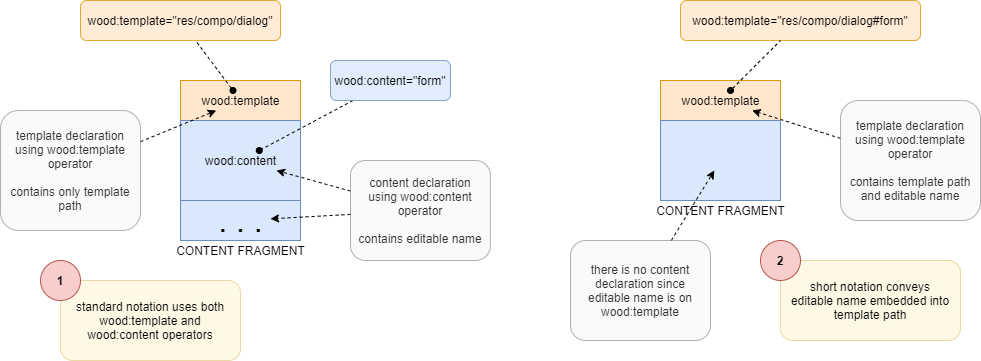
Before: doc/src/content-fragment.png, a diagram exported from draw.io (js-lib-com/wood). Source tidied: cells renumbered, new cells last; positions are measured from the earlier drawing's top-left corner, leaving out a move shared by most shapes. Source of this version:
```xml
<mxGraphModel>
  <root>
    <mxCell id="0" />
    <mxCell id="1" parent="0" />
    <mxCell id="2" style="rounded=0;whiteSpace=wrap;html=1;strokeWidth=1;fontSize=12;fillColor=#ffe6cc;strokeColor=#d79b00;" parent="1" vertex="1">
      <mxGeometry x="180" y="80" width="120" height="40" as="geometry" />
    </mxCell>
    <mxCell id="3" style="rounded=0;whiteSpace=wrap;html=1;strokeWidth=1;fontSize=12;fillColor=#dae8fc;strokeColor=#6c8ebf;" parent="1" vertex="1">
      <mxGeometry x="180" y="120" width="120" height="80" as="geometry" />
    </mxCell>
    <mxCell id="4" value="CONTENT FRAGMENT" style="text;html=1;align=center;verticalAlign=middle;fontSize=12;" parent="1" vertex="1">
      <mxGeometry x="170" y="240" width="140" height="20" as="geometry" />
    </mxCell>
    <mxCell id="5" style="rounded=0;whiteSpace=wrap;html=1;strokeWidth=1;fontSize=12;fillColor=#dae8fc;strokeColor=#6c8ebf;" parent="1" vertex="1">
      <mxGeometry x="180" y="200" width="120" height="40" as="geometry" />
    </mxCell>
    <mxCell id="6" value=". . ." style="text;html=1;align=center;verticalAlign=middle;points=[];fontSize=32;horizontal=1;" parent="1" vertex="1">
      <mxGeometry x="210" y="200" width="60" height="40" as="geometry" />
    </mxCell>
    <mxCell id="7" style="rounded=0;whiteSpace=wrap;html=1;strokeWidth=1;fontSize=12;fillColor=#ffe6cc;strokeColor=#d79b00;" parent="1" vertex="1">
      <mxGeometry x="660" y="80" width="120" height="40" as="geometry" />
    </mxCell>
    <mxCell id="8" style="rounded=0;whiteSpace=wrap;html=1;strokeWidth=1;fontSize=12;fillColor=#dae8fc;strokeColor=#6c8ebf;" parent="1" vertex="1">
      <mxGeometry x="660" y="120" width="120" height="80" as="geometry" />
    </mxCell>
    <mxCell id="9" value="CONTENT FRAGMENT" style="text;html=1;align=center;verticalAlign=middle;fontSize=12;" parent="1" vertex="1">
      <mxGeometry x="650" y="200" width="140" height="20" as="geometry" />
    </mxCell>
    <mxCell id="10" value="wood:template=&quot;res/compo/dialog&quot;" style="rounded=1;whiteSpace=wrap;html=1;fontSize=12;align=center;fillColor=#ffe6cc;strokeColor=#d79b00;opacity=80;" parent="1" vertex="1">
      <mxGeometry x="80" width="200" height="40" as="geometry" />
    </mxCell>
    <mxCell id="11" value="wood:template=&quot;res/compo/dialog#form&quot;" style="rounded=1;whiteSpace=wrap;html=1;fontSize=12;align=center;fillColor=#ffe6cc;strokeColor=#d79b00;opacity=80;" parent="1" vertex="1">
      <mxGeometry x="680" width="240" height="40" as="geometry" />
    </mxCell>
    <mxCell id="12" style="edgeStyle=none;rounded=0;jettySize=auto;html=1;dashed=1;endArrow=oval;endFill=1;" parent="1" edge="1" source="13" target="23">
      <mxGeometry relative="1" as="geometry" />
    </mxCell>
    <mxCell id="13" value="wood:content=&quot;form&quot;" style="rounded=1;whiteSpace=wrap;html=1;fillColor=#dae8fc;strokeColor=#6c8ebf;opacity=80;" parent="1" vertex="1">
      <mxGeometry x="330" y="60" width="120" height="40" as="geometry" />
    </mxCell>
    <mxCell id="14" style="edgeStyle=none;rounded=0;jettySize=auto;html=1;dashed=1;endArrow=classic;endFill=1;" parent="1" edge="1" source="15" target="16">
      <mxGeometry relative="1" as="geometry" />
    </mxCell>
    <mxCell id="15" value="template declaration&lt;br&gt;using wood:template operator&lt;br&gt;&lt;br&gt;contains template path and editable name" style="rounded=1;whiteSpace=wrap;html=1;fillColor=#f5f5f5;strokeColor=#666666;opacity=50;fontColor=#333333;" parent="1" vertex="1">
      <mxGeometry x="840" y="100" width="140" height="120" as="geometry" />
    </mxCell>
    <mxCell id="16" value="wood:template" style="text;html=1;align=center;verticalAlign=middle;points=[];" parent="1" vertex="1">
      <mxGeometry x="675" y="90" width="90" height="20" as="geometry" />
    </mxCell>
    <mxCell id="17" style="edgeStyle=none;rounded=0;jettySize=auto;html=1;dashed=1;endArrow=classic;endFill=1;" parent="1" edge="1" source="18" target="19">
      <mxGeometry relative="1" as="geometry" />
    </mxCell>
    <mxCell id="18" value="template declaration&lt;br&gt;using wood:template operator&lt;br&gt;&lt;br&gt;contains only template path" style="rounded=1;whiteSpace=wrap;html=1;fillColor=#f5f5f5;strokeColor=#666666;opacity=50;fontColor=#333333;" parent="1" vertex="1">
      <mxGeometry y="110" width="140" height="120" as="geometry" />
    </mxCell>
    <mxCell id="19" value="wood:template" style="text;html=1;align=center;verticalAlign=middle;points=[];" parent="1" vertex="1">
      <mxGeometry x="195" y="90" width="90" height="20" as="geometry" />
    </mxCell>
    <mxCell id="20" style="edgeStyle=none;rounded=0;jettySize=auto;html=1;dashed=1;endArrow=classic;endFill=1;" parent="1" edge="1" source="22" target="23">
      <mxGeometry relative="1" as="geometry" />
    </mxCell>
    <mxCell id="21" style="edgeStyle=none;rounded=0;jettySize=auto;html=1;dashed=1;endArrow=classic;endFill=1;" parent="1" edge="1" source="22" target="6">
      <mxGeometry relative="1" as="geometry" />
    </mxCell>
    <mxCell id="22" value="content declaration&lt;br&gt;using wood:content operator&lt;br&gt;&lt;br&gt;contains editable name" style="rounded=1;whiteSpace=wrap;html=1;fillColor=#f5f5f5;strokeColor=#666666;opacity=50;fontColor=#333333;spacingLeft=4;spacingRight=4;" parent="1" vertex="1">
      <mxGeometry x="350" y="160" width="140" height="100" as="geometry" />
    </mxCell>
    <mxCell id="23" value="wood:content" style="text;html=1;align=center;verticalAlign=middle;points=[];" parent="1" vertex="1">
      <mxGeometry x="195" y="150" width="90" height="20" as="geometry" />
    </mxCell>
    <mxCell id="24" style="edgeStyle=none;rounded=0;jettySize=auto;html=1;dashed=1;endArrow=classic;endFill=1;" parent="1" edge="1" source="25" target="26">
      <mxGeometry relative="1" as="geometry" />
    </mxCell>
    <mxCell id="25" value="there is no content declaration since editable name is on wood:template" style="rounded=1;whiteSpace=wrap;html=1;fillColor=#f5f5f5;strokeColor=#666666;opacity=50;fontColor=#333333;spacingLeft=4;spacingRight=4;" parent="1" vertex="1">
      <mxGeometry x="570" y="240" width="140" height="100" as="geometry" />
    </mxCell>
    <mxCell id="26" value="&amp;nbsp;" style="text;html=1;align=center;verticalAlign=middle;points=[];" parent="1" vertex="1">
      <mxGeometry x="710" y="150" width="20" height="20" as="geometry" />
    </mxCell>
    <mxCell id="27" style="edgeStyle=none;rounded=0;jettySize=auto;html=1;dashed=1;endArrow=none;endFill=0;startArrow=oval;startFill=1;" parent="1" edge="1" source="19" target="10">
      <mxGeometry relative="1" as="geometry" />
    </mxCell>
    <mxCell id="28" style="rounded=0;jettySize=auto;html=1;dashed=1;endArrow=none;endFill=0;startArrow=oval;startFill=1;" parent="1" edge="1" source="16" target="11">
      <mxGeometry relative="1" as="geometry" />
    </mxCell>
    <mxCell id="29" value="standard notation uses both wood:template and wood:content operators" style="rounded=1;whiteSpace=wrap;html=1;fillColor=#fff2cc;strokeColor=#d6b656;opacity=50;spacingLeft=8;spacingRight=8;" parent="1" vertex="1">
      <mxGeometry x="60" y="280" width="180" height="80" as="geometry" />
    </mxCell>
    <mxCell id="30" value="short notation conveys editable name embedded into template path" style="rounded=1;whiteSpace=wrap;html=1;fillColor=#fff2cc;strokeColor=#d6b656;opacity=50;spacingLeft=8;spacingRight=8;" parent="1" vertex="1">
      <mxGeometry x="780" y="260" width="180" height="80" as="geometry" />
    </mxCell>
    <mxCell id="31" value="1" style="ellipse;whiteSpace=wrap;html=1;rounded=1;fillColor=#f8cecc;strokeColor=#b85450;fontStyle=1;" parent="1" vertex="1">
      <mxGeometry x="40" y="260" width="40" height="40" as="geometry" />
    </mxCell>
    <mxCell id="32" value="2" style="ellipse;whiteSpace=wrap;html=1;rounded=1;fillColor=#f8cecc;strokeColor=#b85450;fontStyle=1;" parent="1" vertex="1">
      <mxGeometry x="760" y="240" width="40" height="40" as="geometry" />
    </mxCell>
  </root>
</mxGraphModel>
```
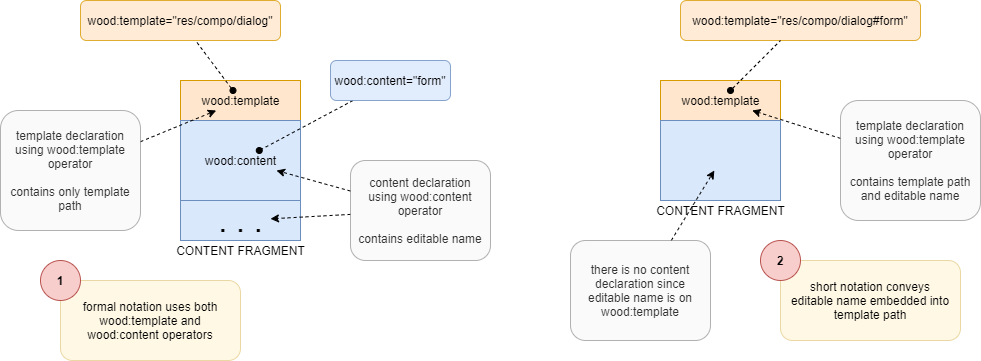
The same diagram one commit later.

Commit message:
Fix content fragment root attributes merging for standalone template.

The edit, as a diff of the source:
```diff
@@ -83,7 +83,7 @@
     <mxCell id="28" style="rounded=0;jettySize=auto;html=1;dashed=1;endArrow=none;endFill=0;startArrow=oval;startFill=1;" parent="1" edge="1" source="16" target="11">
       <mxGeometry relative="1" as="geometry" />
     </mxCell>
-    <mxCell id="29" value="standard notation uses both wood:template and wood:content operators" style="rounded=1;whiteSpace=wrap;html=1;fillColor=#fff2cc;strokeColor=#d6b656;opacity=50;spacingLeft=8;spacingRight=8;" parent="1" vertex="1">
+    <mxCell id="29" value="formal notation uses both wood:template and wood:content operators" style="rounded=1;whiteSpace=wrap;html=1;fillColor=#fff2cc;strokeColor=#d6b656;opacity=50;spacingLeft=8;spacingRight=8;" parent="1" vertex="1">
       <mxGeometry x="60" y="280" width="180" height="80" as="geometry" />
     </mxCell>
     <mxCell id="30" value="short notation conveys editable name embedded into template path" style="rounded=1;whiteSpace=wrap;html=1;fillColor=#fff2cc;strokeColor=#d6b656;opacity=50;spacingLeft=8;spacingRight=8;" parent="1" vertex="1">
```
